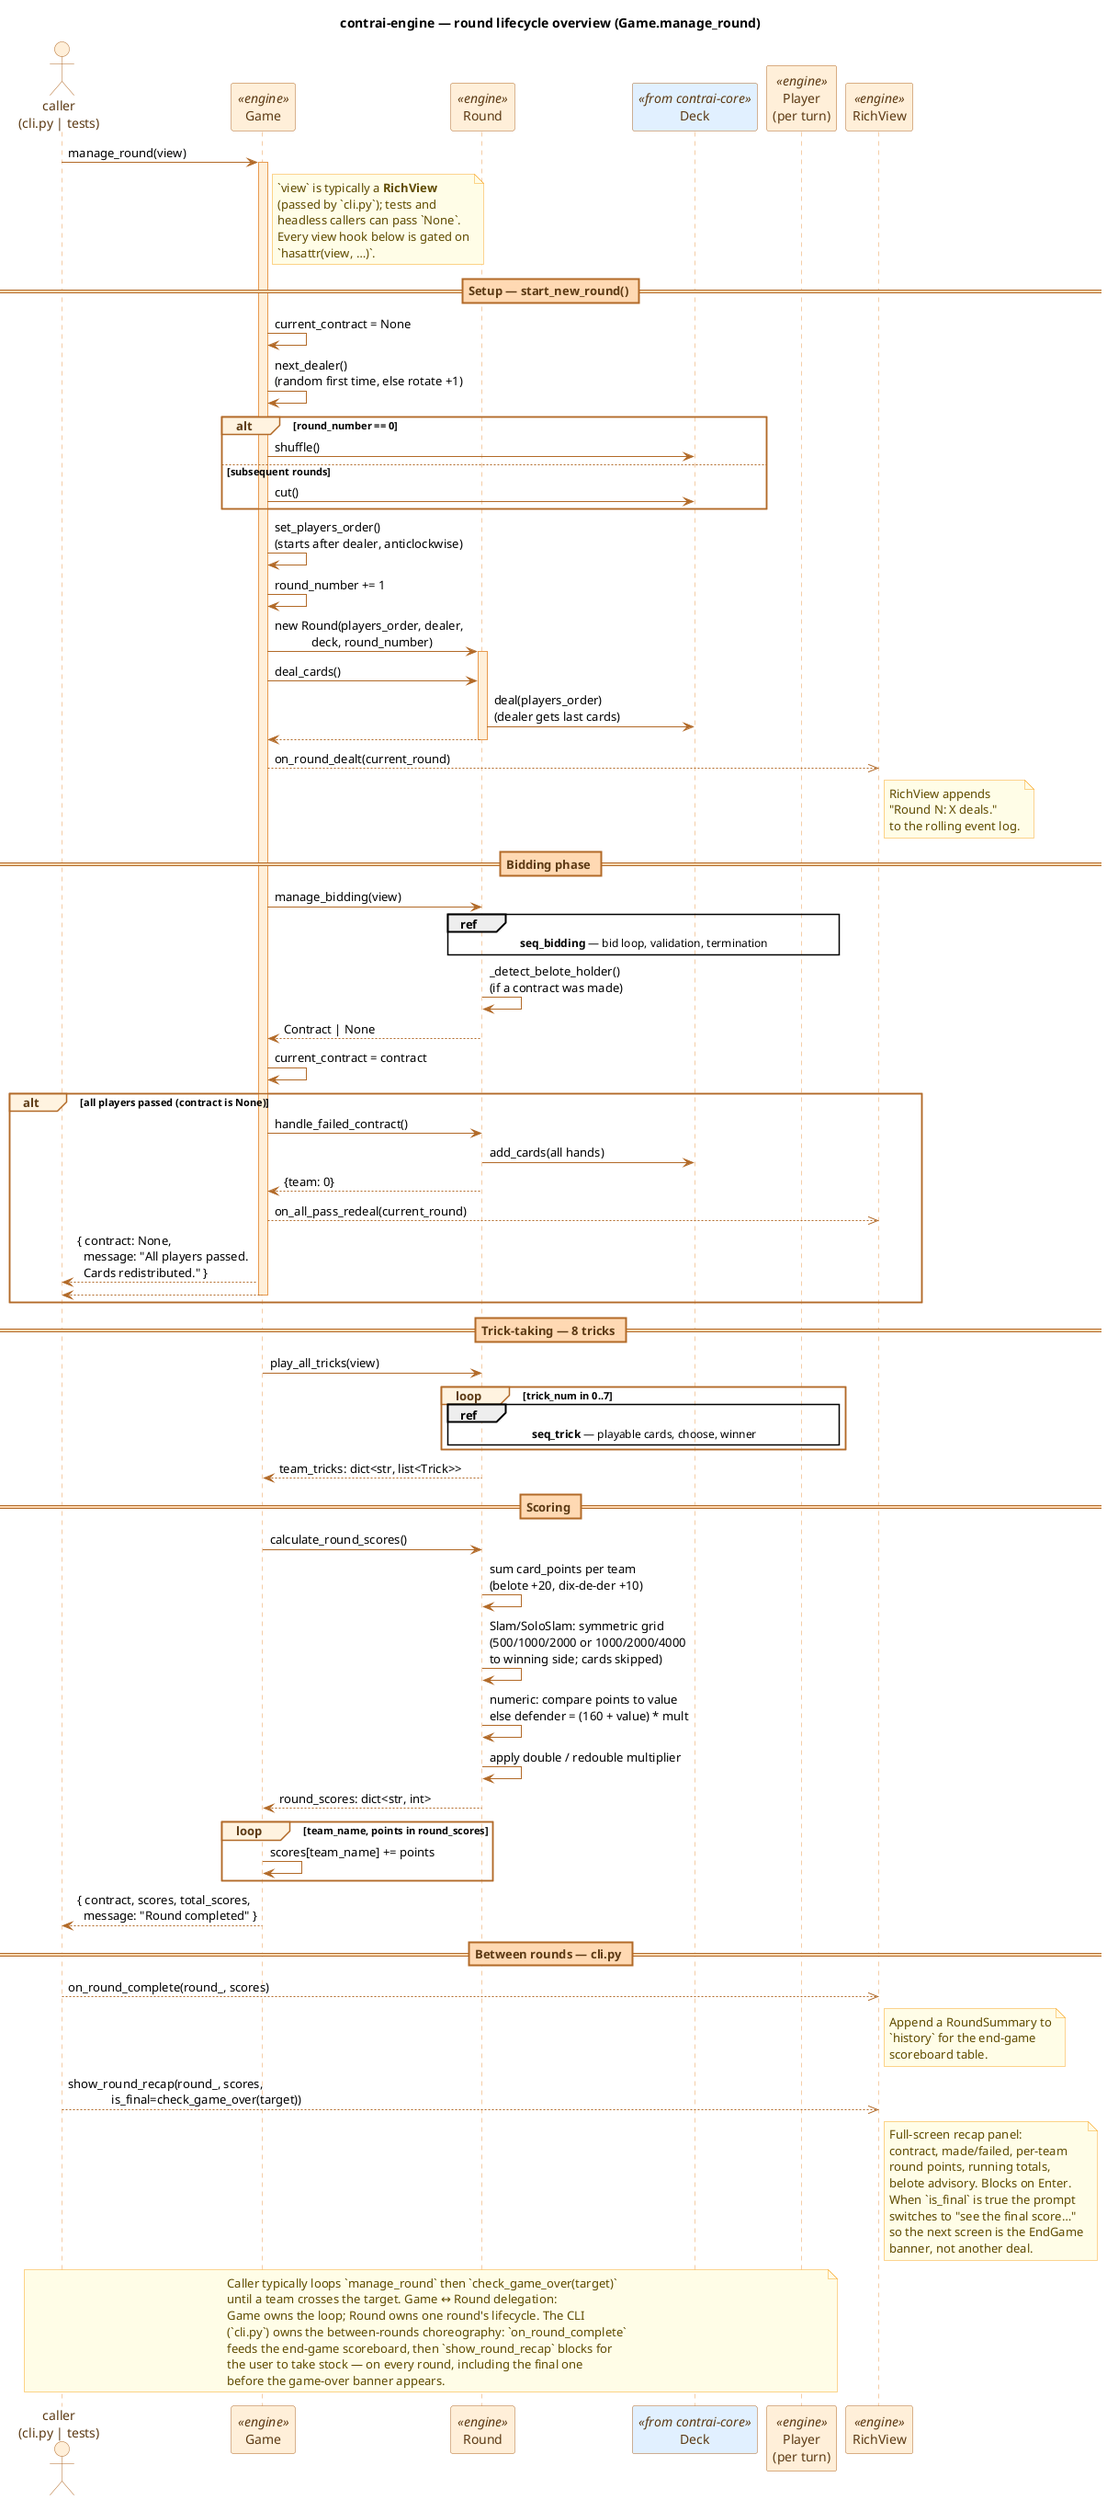
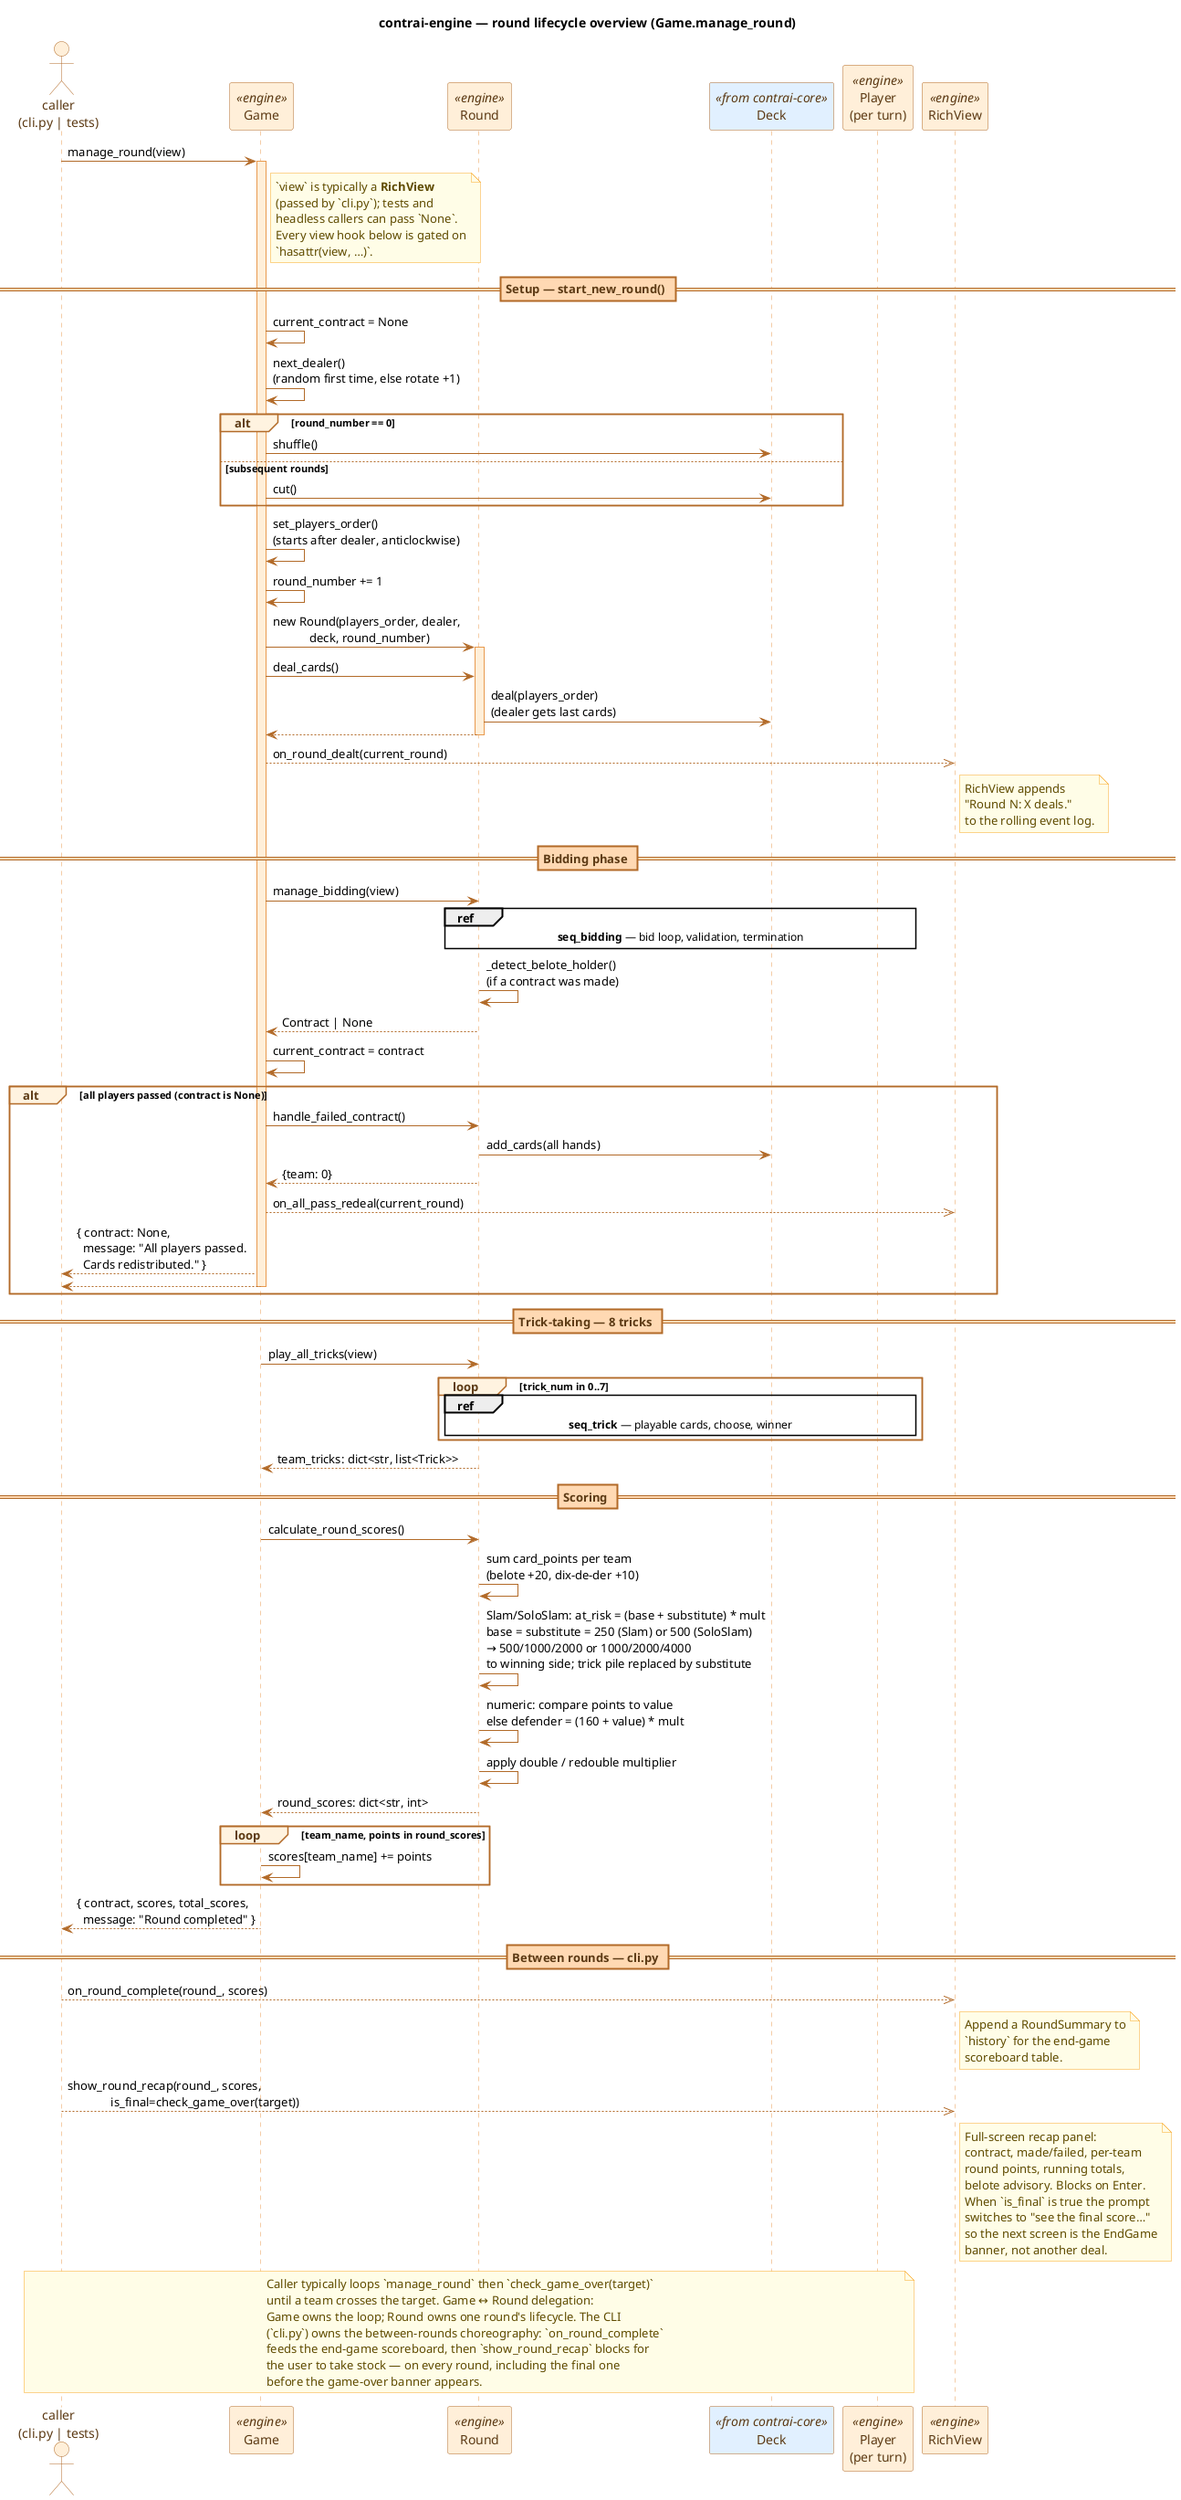
@startuml seq_round
title contrai-engine — round lifecycle overview (Game.manage_round)

' --- Palette: engine orange for engine participants, core blue for core types ---
skinparam shadowing false
skinparam sequence {
    ArrowColor #B26A28
    LifeLineBorderColor #E89A4F
    LifeLineBackgroundColor #FFEFD9
    ParticipantBorderColor #B26A28
    ParticipantBackgroundColor #FFEFD9
    ParticipantFontColor #5C3A14
    ActorBorderColor #B26A28
    ActorBackgroundColor #FFEFD9
    ActorFontColor #5C3A14
    GroupBorderColor #B26A28
    GroupBackgroundColor #FFF3E0
    GroupHeaderFontColor #5C3A14
    BoxBorderColor #B26A28
    BoxBackgroundColor #FFF3E0
    DividerBorderColor #B26A28
    DividerBackgroundColor #FFD9B3
    DividerFontColor #5C3A14
}
skinparam note {
    BackgroundColor #FFFDE7
    BorderColor #F9A825
    FontColor #5F4B00
}

actor "caller\n(cli.py | tests)" as C
participant "Game" as G <<engine>>
participant "Round" as R <<engine>>
participant "Deck" as D <<from contrai-core>> #E1F0FF
participant "Player\n(per turn)" as P <<engine>>
participant "RichView" as V <<engine>>

C -> G : manage_round(view)
note right of G
  `view` is typically a **RichView**
  (passed by `cli.py`); tests and
  headless callers can pass `None`.
  Every view hook below is gated on
  `hasattr(view, …)`.
end note
activate G

== Setup — start_new_round() ==

G -> G : current_contract = None
G -> G : next_dealer()\n(random first time, else rotate +1)
alt round_number == 0
    G -> D : shuffle()
else subsequent rounds
    G -> D : cut()
end
G -> G : set_players_order()\n(starts after dealer, anticlockwise)
G -> G : round_number += 1
G -> R : new Round(players_order, dealer,\n            deck, round_number)
activate R
G -> R : deal_cards()
R -> D : deal(players_order)\n(dealer gets last cards)
return

G -->> V : on_round_dealt(current_round)
note right of V
  RichView appends
  "Round N: X deals."
  to the rolling event log.
end note

== Bidding phase ==

G -> R : manage_bidding(view)
ref over R, P : **seq_bidding** — bid loop, validation, termination
R -> R : _detect_belote_holder()\n(if a contract was made)
R --> G : Contract | None
G -> G : current_contract = contract

alt all players passed (contract is None)
    G -> R : handle_failed_contract()
    R -> D : add_cards(all hands)
    R --> G : {team: 0}
    G -->> V : on_all_pass_redeal(current_round)
    G --> C : { contract: None,\n  message: "All players passed.\n  Cards redistributed." }
    return
end

== Trick-taking — 8 tricks ==

G -> R : play_all_tricks(view)
loop trick_num in 0..7
    ref over R, P : **seq_trick** — playable cards, choose, winner
end
R --> G : team_tricks: dict<str, list<Trick>>

== Scoring ==

G -> R : calculate_round_scores()
R -> R : sum card_points per team\n(belote +20, dix-de-der +10)
- R -> R : Slam/SoloSlam: symmetric grid\n(500/1000/2000 or 1000/2000/4000\nto winning side; cards skipped)
+ R -> R : Slam/SoloSlam: at_risk = (base + substitute) * mult\nbase = substitute = 250 (Slam) or 500 (SoloSlam)\n→ 500/1000/2000 or 1000/2000/4000\nto winning side; trick pile replaced by substitute
R -> R : numeric: compare points to value\nelse defender = (160 + value) * mult
R -> R : apply double / redouble multiplier
R --> G : round_scores: dict<str, int>
deactivate R

loop team_name, points in round_scores
    G -> G : scores[team_name] += points
end

G --> C : { contract, scores, total_scores,\n  message: "Round completed" }
deactivate G

== Between rounds — cli.py ==

C -->> V : on_round_complete(round_, scores)
note right of V
  Append a RoundSummary to
  `history` for the end-game
  scoreboard table.
end note
C -->> V : show_round_recap(round_, scores,\n              is_final=check_game_over(target))
note right of V
  Full-screen recap panel:
  contract, made/failed, per-team
  round points, running totals,
  belote advisory. Blocks on Enter.
  When `is_final` is true the prompt
  switches to "see the final score…"
  so the next screen is the EndGame
  banner, not another deal.
end note

note over C, P
  Caller typically loops `manage_round` then `check_game_over(target)`
  until a team crosses the target. Game ↔ Round delegation:
  Game owns the loop; Round owns one round's lifecycle. The CLI
  (`cli.py`) owns the between-rounds choreography: `on_round_complete`
  feeds the end-game scoreboard, then `show_round_recap` blocks for
  the user to take stock — on every round, including the final one
  before the game-over banner appears.
end note

@enduml
